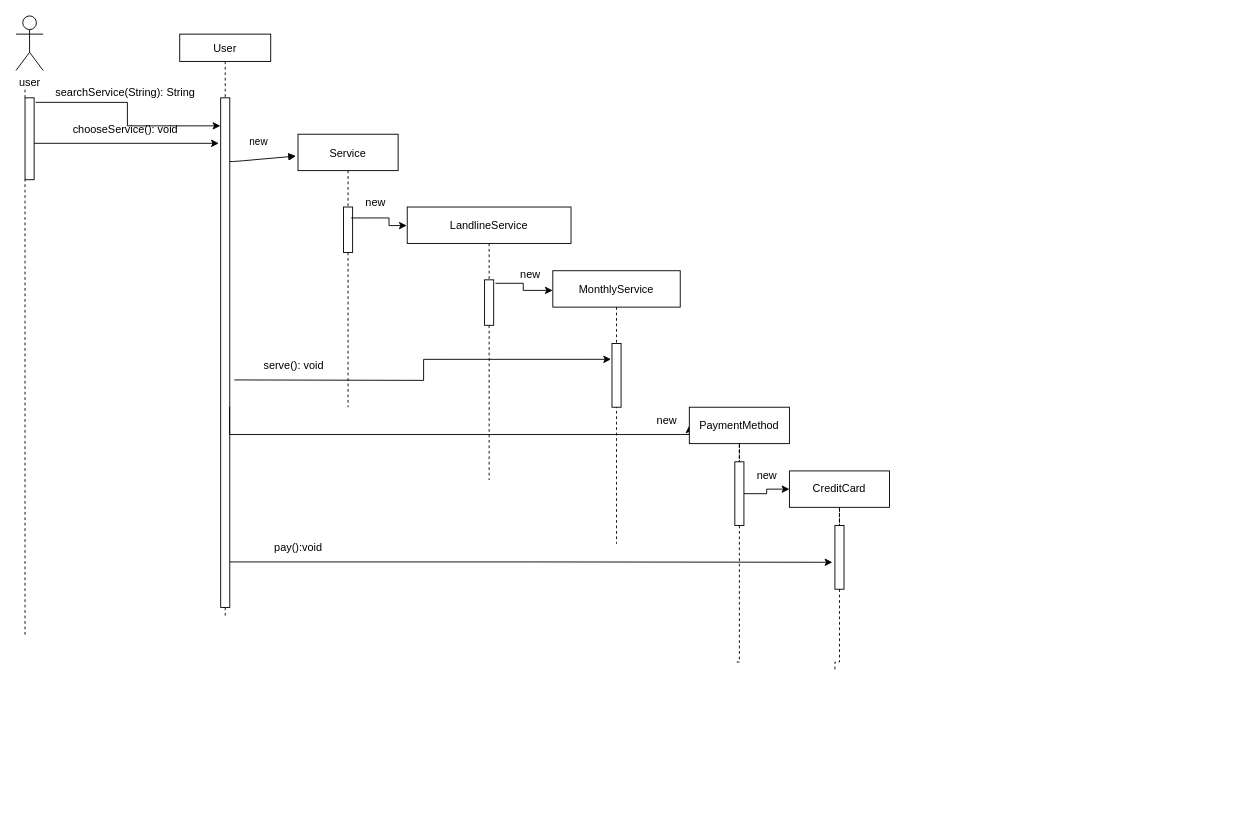
The draw.io diagram serveLandLineSequence.drawio in TheGhost025/Fawry-System, before the edit. Source tidied: cells renumbered, new cells numbered last; positions are measured from the earlier drawing's top-left corner, leaving out a move shared by most shapes. Both pictures are drawn from the tidied source at 91%, with x=0, y=0 at pixel (15, 15).
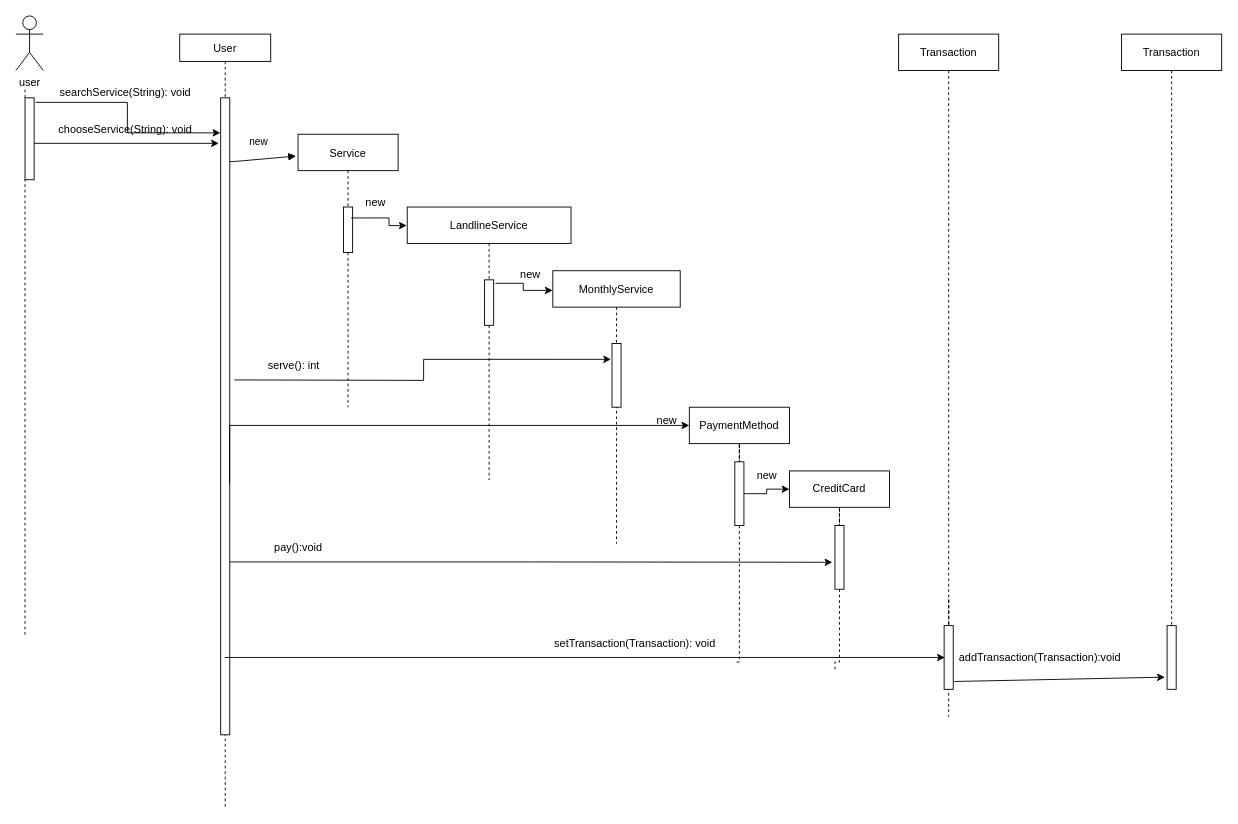
The same page after the edit.

Unchanged cells that the change refers to:
```xml
<mxCell id="28" value="PaymentMethod" style="rounded=0;whiteSpace=wrap;html=1;" parent="1" vertex="1">
  <mxGeometry x="740" y="430" width="110" height="40" as="geometry" />
</mxCell>
```

Change to the diagram source:
```diff
@@
     <mxCell id="2" value="User" style="shape=umlLifeline;perimeter=lifelinePerimeter;rounded=0;shadow=0;strokeWidth=1;size=30;" parent="1" vertex="1">
-      <mxGeometry x="180" y="20" width="100" height="640" as="geometry" />
+      <mxGeometry x="180" y="20" width="100" height="850" as="geometry" />
     </mxCell>
     <mxCell id="3" style="points=[];perimeter=orthogonalPerimeter;rounded=0;shadow=0;strokeWidth=1;" parent="2" vertex="1">
-      <mxGeometry x="45" y="70" width="10" height="560" as="geometry" />
+      <mxGeometry x="45" y="70" width="10" height="700" as="geometry" />
     </mxCell>
@@
-    <mxCell id="16" value="searchService(String): String" style="text;html=1;align=center;verticalAlign=middle;strokeColor=none;fillColor=none;" parent="1" vertex="1">
-      <mxGeometry x="30" y="70" width="180" height="30" as="geometry" />
+    <mxCell id="16" value="searchService(String): void" style="text;html=1;align=center;verticalAlign=middle;strokeColor=none;fillColor=none;" parent="1" vertex="1">
+      <mxGeometry x="40" y="75" width="160" height="20" as="geometry" />
     </mxCell>
@@
-    <mxCell id="24" value="chooseService(): void" style="text;html=1;align=center;verticalAlign=middle;strokeColor=none;fillColor=none;" parent="1" vertex="1">
-      <mxGeometry x="50" y="110" width="140" height="30" as="geometry" />
+    <mxCell id="24" value="chooseService(String): void" style="text;html=1;align=center;verticalAlign=middle;strokeColor=none;fillColor=none;" parent="1" vertex="1">
+      <mxGeometry x="40" y="115" width="160" height="20" as="geometry" />
     </mxCell>
-    <mxCell id="25" value="serve(): void" style="text;html=1;align=center;verticalAlign=middle;strokeColor=none;fillColor=none;" parent="1" vertex="1">
-      <mxGeometry x="260" y="370" width="90" height="30" as="geometry" />
+    <mxCell id="25" value="serve(): int" style="text;html=1;align=center;verticalAlign=middle;strokeColor=none;fillColor=none;" parent="1" vertex="1">
+      <mxGeometry x="270" y="375" width="70" height="20" as="geometry" />
     </mxCell>
     <mxCell id="26" style="edgeStyle=orthogonalEdgeStyle;rounded=0;jettySize=auto;html=1;entryX=0;entryY=0.5;entryDx=0;entryDy=0;entryPerimeter=0;exitX=0.98;exitY=0.606;exitDx=0;exitDy=0;exitPerimeter=0;" parent="1" edge="1" source="3" target="28">
       <mxGeometry relative="1" as="geometry">
         <Array as="points">
-          <mxPoint x="235" y="460" />
-          <mxPoint x="740" y="460" />
+          <mxPoint x="235" y="450" />
         </Array>
       </mxGeometry>
     </mxCell>
@@
+    <mxCell id="39" style="edgeStyle=orthogonalEdgeStyle;rounded=0;jettySize=auto;html=1;endArrow=none;endFill=0;dashed=1;startArrow=none;exitX=0.5;exitY=1;exitDx=0;exitDy=0;" parent="1" edge="1" source="41">
+      <mxGeometry relative="1" as="geometry">
+        <mxPoint x="1025" y="770" as="targetPoint" />
+        <Array as="points">
+          <mxPoint x="1025" y="640" />
+          <mxPoint x="1025" y="640" />
+        </Array>
+      </mxGeometry>
+    </mxCell>
+    <mxCell id="40" value="Transaction" style="rounded=0;whiteSpace=wrap;html=1;" parent="1" vertex="1">
+      <mxGeometry x="970" y="20" width="110" height="40" as="geometry" />
+    </mxCell>
+    <mxCell id="41" style="points=[];perimeter=orthogonalPerimeter;rounded=0;shadow=0;strokeWidth=1;" parent="1" vertex="1">
+      <mxGeometry x="1020" y="670" width="10" height="70" as="geometry" />
+    </mxCell>
+    <mxCell id="42" style="edgeStyle=orthogonalEdgeStyle;rounded=0;jettySize=auto;html=1;endArrow=none;endFill=0;dashed=1;startArrow=none;exitX=0.5;exitY=1;exitDx=0;exitDy=0;" parent="1" edge="1" source="40" target="41">
+      <mxGeometry relative="1" as="geometry" />
+    </mxCell>
+    <mxCell id="43" value="Transaction" style="rounded=0;whiteSpace=wrap;html=1;" parent="1" vertex="1">
+      <mxGeometry x="1215" y="20" width="110" height="40" as="geometry" />
+    </mxCell>
+    <mxCell id="44" style="points=[];perimeter=orthogonalPerimeter;rounded=0;shadow=0;strokeWidth=1;" parent="1" vertex="1">
+      <mxGeometry x="1265" y="670" width="10" height="70" as="geometry" />
+    </mxCell>
+    <mxCell id="45" style="edgeStyle=orthogonalEdgeStyle;rounded=0;jettySize=auto;html=1;endArrow=none;endFill=0;dashed=1;startArrow=none;exitX=0.5;exitY=1;exitDx=0;exitDy=0;" parent="1" edge="1" source="43" target="44">
+      <mxGeometry relative="1" as="geometry" />
+    </mxCell>
+    <mxCell id="46" style="endArrow=classic;html=1;entryX=-0.24;entryY=0.809;entryDx=0;entryDy=0;entryPerimeter=0;exitX=1.12;exitY=0.877;exitDx=0;exitDy=0;exitPerimeter=0;" parent="1" edge="1" source="41" target="44">
+      <mxGeometry relative="1" as="geometry" />
+    </mxCell>
+    <mxCell id="47" value="addTransaction(Transaction):void" style="text;html=1;align=center;verticalAlign=middle;" parent="1" vertex="1">
+      <mxGeometry x="1030" y="695" width="190" height="20" as="geometry" />
+    </mxCell>
+    <mxCell id="48" style="endArrow=classic;html=1;entryX=0.08;entryY=0.5;entryDx=0;entryDy=0;entryPerimeter=0;" parent="1" edge="1">
+      <mxGeometry relative="1" as="geometry">
+        <mxPoint x="229.5" y="705" as="sourcePoint" />
+        <mxPoint x="1020.8" y="705" as="targetPoint" />
+      </mxGeometry>
+    </mxCell>
+    <mxCell id="49" value="setTransaction(Transaction): void" style="text;html=1;align=center;verticalAlign=middle;" parent="1" vertex="1">
+      <mxGeometry x="585" y="680" width="190" height="20" as="geometry" />
+    </mxCell>
```
